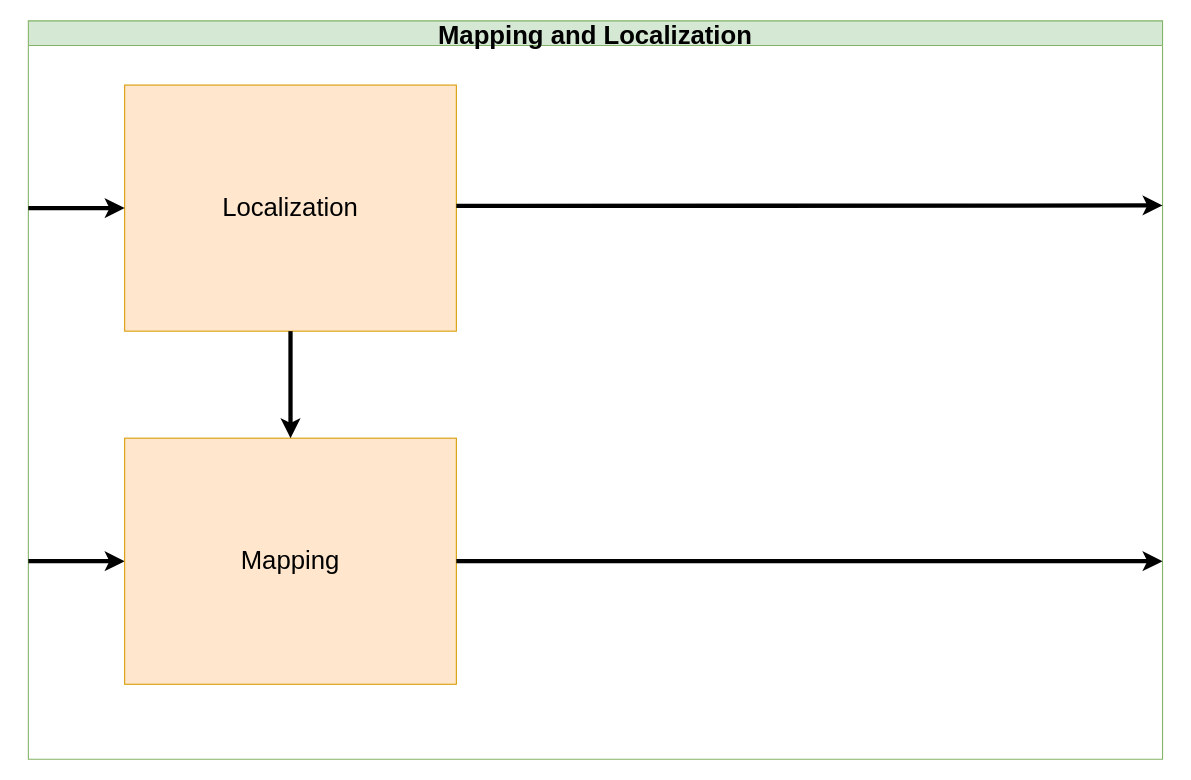
The draw.io diagram page "Localization and Mapping" (2 of 3) of TestNav.drawio in ipa-dmo/ipa_outdoor_docu, before the edit. Source tidied: cells renumbered, new cells numbered last; positions are measured from the earlier drawing's top-left corner, leaving out a move shared by most shapes. Both pictures are drawn from the tidied source at 107%, with x=0, y=0 at pixel (28, 20).
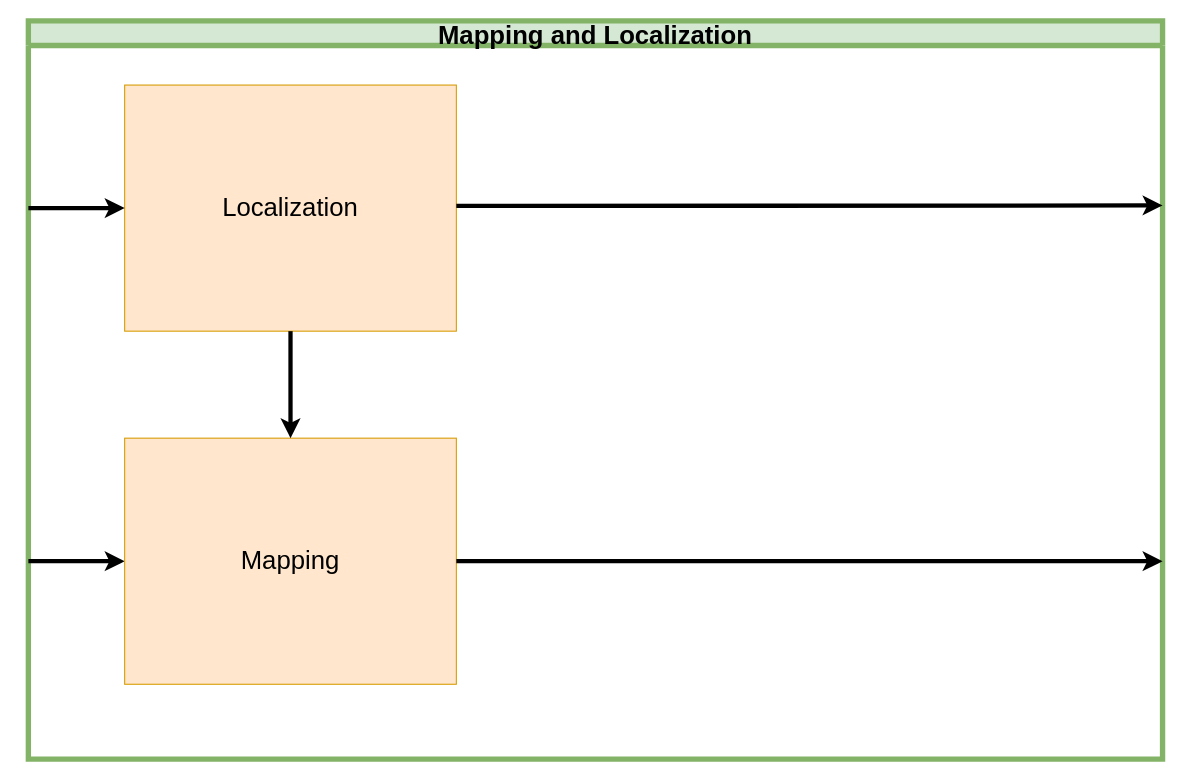
The same diagram, later.

Diff of the diagram source:
```diff
@@
 <mxGraphModel>
   <root>
     <mxCell id="0" />
     <mxCell id="1" parent="0" />
-    <mxCell id="2" value="Mapping and Localization" style="swimlane;fillColor=#d5e8d4;strokeColor=#82b366;fontSize=24;" parent="1" vertex="1">
+    <mxCell id="2" value="Mapping and Localization" style="swimlane;fillColor=#d5e8d4;strokeColor=#82b366;fontSize=24;strokeWidth=5;" parent="1" vertex="1">
       <mxGeometry width="1060" height="690" as="geometry" />
     </mxCell>
     <mxCell id="3" style="endArrow=classic;entryX=0;entryY=0.5;entryDx=0;entryDy=0;verticalAlign=top;horizontal=1;strokeWidth=4;" parent="2" edge="1" target="5">
       <mxGeometry relative="1" as="geometry">
         <mxPoint y="505" as="sourcePoint" />
       </mxGeometry>
     </mxCell>
     <mxCell id="4" value="&lt;font style=&quot;font-size: 24px&quot;&gt;Localization&lt;/font&gt;" style="whiteSpace=wrap;html=1;fillColor=#ffe6cc;strokeColor=#d79b00;" parent="2" vertex="1">
       <mxGeometry x="90" y="60" width="310" height="230" as="geometry" />
     </mxCell>
     <mxCell id="5" value="&lt;font style=&quot;font-size: 24px&quot;&gt;Mapping&lt;/font&gt;" style="whiteSpace=wrap;html=1;fillColor=#ffe6cc;strokeColor=#d79b00;" parent="2" vertex="1">
       <mxGeometry x="90" y="390" width="310" height="230" as="geometry" />
     </mxCell>
     <mxCell id="6" style="endArrow=classic;html=1;entryX=0;entryY=0.5;entryDx=0;entryDy=0;strokeWidth=4;" parent="2" edge="1" target="4">
       <mxGeometry relative="1" as="geometry">
         <mxPoint y="175" as="sourcePoint" />
       </mxGeometry>
     </mxCell>
     <mxCell id="7" style="endArrow=classic;html=1;entryX=0.5;entryY=0;entryDx=0;entryDy=0;exitX=0.5;exitY=1;exitDx=0;exitDy=0;strokeWidth=4;" parent="2" edge="1" source="4" target="5">
       <mxGeometry relative="1" as="geometry">
         <Array as="points">
           <mxPoint x="245" y="330" />
         </Array>
       </mxGeometry>
     </mxCell>
     <mxCell id="8" style="edgeStyle=orthogonalEdgeStyle;rounded=0;jettySize=auto;html=0;verticalAlign=top;strokeWidth=4;entryX=1;entryY=0.25;entryDx=0;entryDy=0;" parent="2" edge="1" target="2">
       <mxGeometry relative="1" as="geometry">
         <mxPoint x="420" y="173" as="sourcePoint" />
         <Array as="points">
           <mxPoint x="400" y="173" />
           <mxPoint x="420" y="173" />
         </Array>
       </mxGeometry>
     </mxCell>
     <mxCell id="9" style="edgeStyle=orthogonalEdgeStyle;rounded=0;jettySize=auto;html=0;verticalAlign=top;exitX=1;exitY=0.5;exitDx=0;exitDy=0;strokeWidth=4;" parent="2" edge="1" source="5">
       <mxGeometry relative="1" as="geometry">
         <mxPoint x="1060" y="505" as="targetPoint" />
       </mxGeometry>
     </mxCell>
   </root>
 </mxGraphModel>
```
